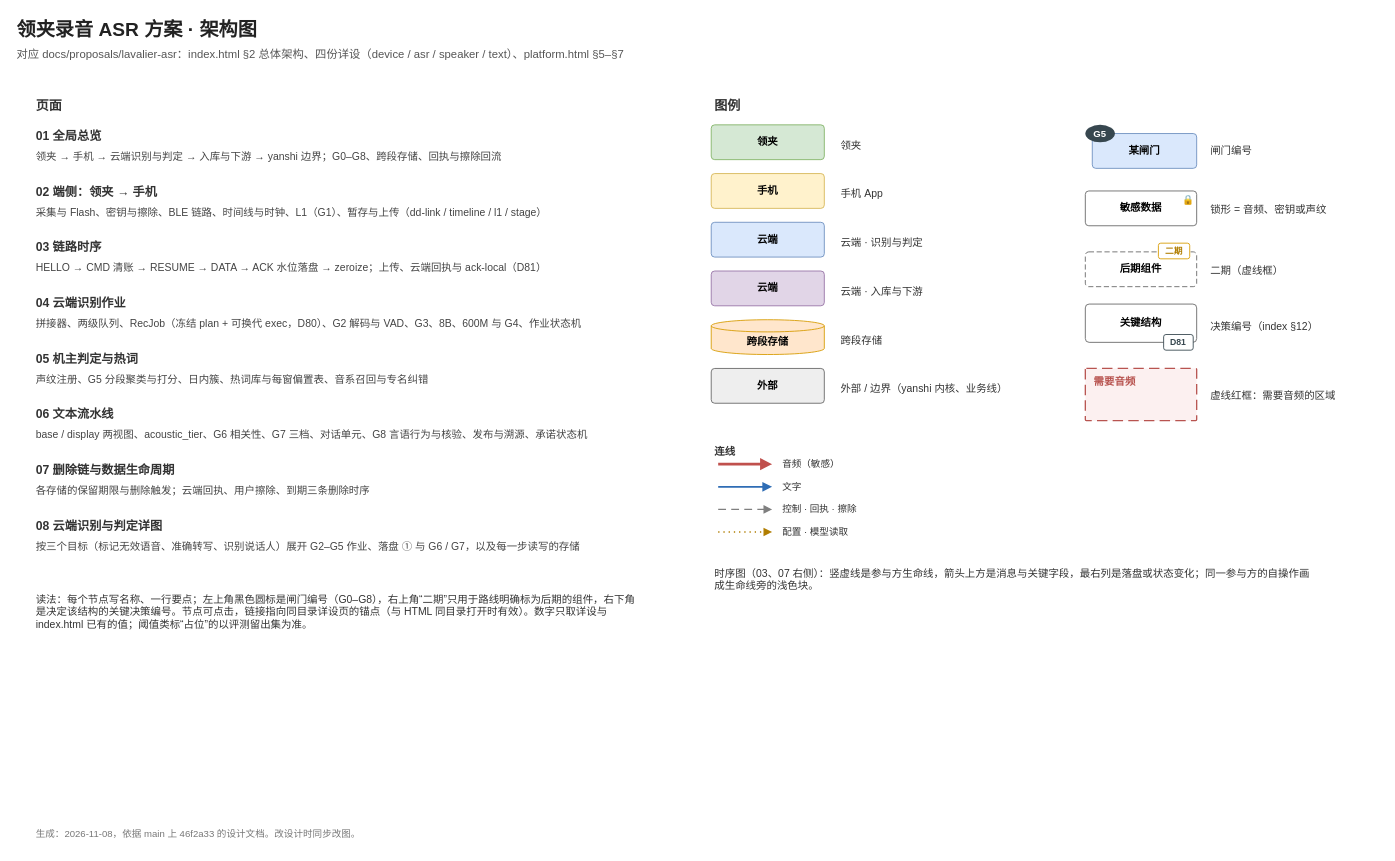
Above: page "00 封面与图例" (1 of 9) of docs/proposals/lavalier-asr/lavalier-asr-architecture.drawio in ruipengliu/yanshi (draw.io), before the change. Source tidied: cells renumbered, new cells numbered last; positions are measured from the earlier drawing's top-left corner, leaving out a move shared by most shapes. Both pictures are drawn from the tidied source at 87%, with x=0, y=0 at pixel (15, 15).
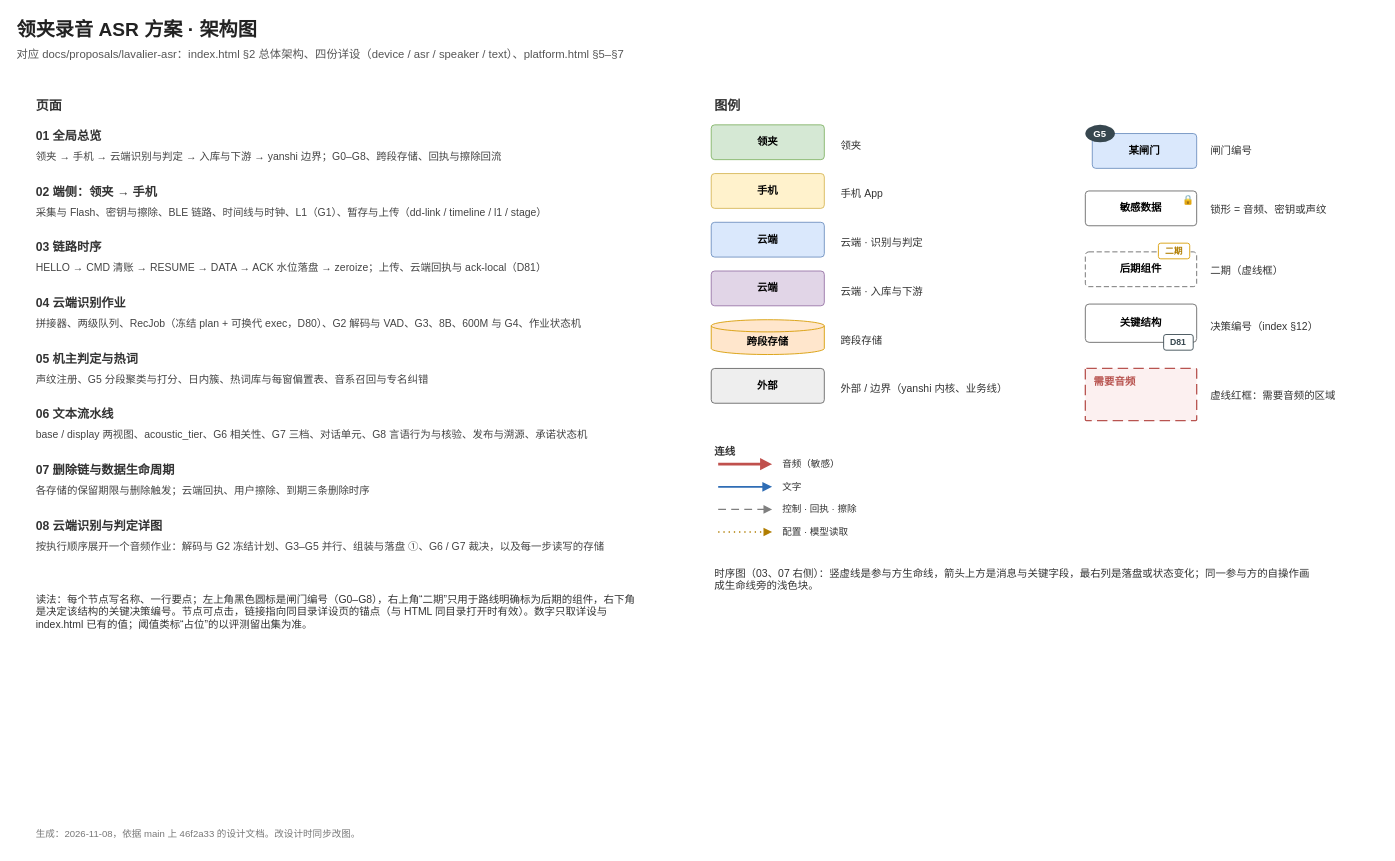
After the change.

The edit, as a diff of the source:
```diff
@@
-    <mxCell id="21" value="按三个目标（标记无效语音、准确转写、识别说话人）展开 G2–G5 作业、落盘 ① 与 G6 / G7，以及每一步读写的存储" style="text;html=1;whiteSpace=wrap;fontSize=12;align=left;verticalAlign=top;fontColor=#444444;spacing=4;" parent="1" vertex="1">
+    <mxCell id="21" value="按执行顺序展开一个音频作业：解码与 G2 冻结计划、G3–G5 并行、组装与落盘 ①、G6 / G7 裁决，以及每一步读写的存储" style="text;html=1;whiteSpace=wrap;fontSize=12;align=left;verticalAlign=top;fontColor=#444444;spacing=4;" parent="1" vertex="1">
       <mxGeometry x="20" y="595" width="700" height="38" as="geometry" />
     </mxCell>
```
